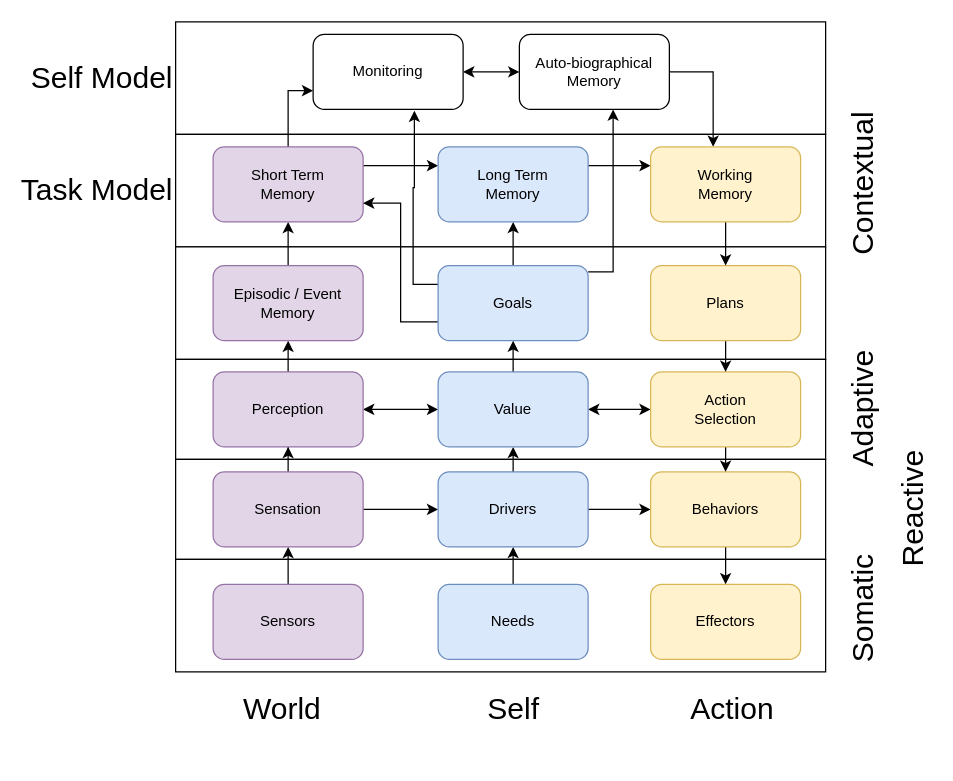
Earlier version of the draw.io diagram distributedadaptivecontrol.drawio (codeaudit/1). Source tidied: cells renumbered, new cells numbered last; positions are measured from the earlier drawing's top-left corner, leaving out a move shared by most shapes. Both pictures are drawn from the tidied source at 125%, with x=0, y=0 at pixel (175, 21).
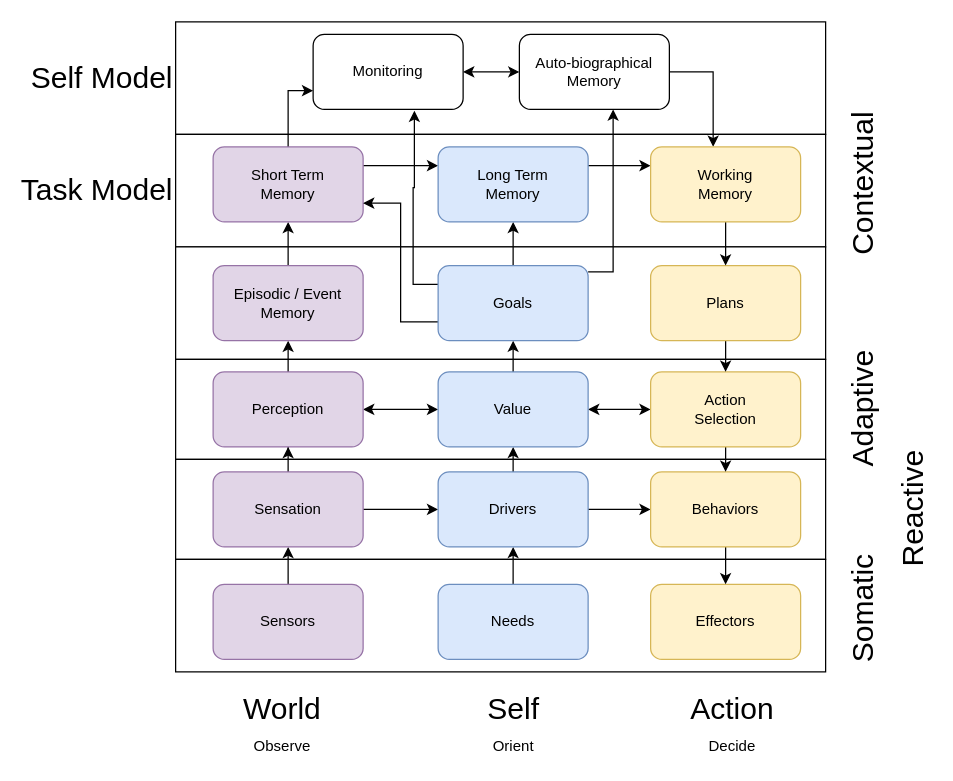
The same page after the edit.

What changed in the source:
```diff
@@
+    <mxCell id="56" value="Orient" style="text;html=1;align=center;verticalAlign=middle;" parent="1" vertex="1">
+      <mxGeometry x="245" y="570" width="50" height="20" as="geometry" />
+    </mxCell>
+    <mxCell id="57" value="Observe" style="text;html=1;align=center;verticalAlign=middle;" parent="1" vertex="1">
+      <mxGeometry x="55" y="570" width="60" height="20" as="geometry" />
+    </mxCell>
+    <mxCell id="58" value="Decide" style="text;html=1;align=center;verticalAlign=middle;" parent="1" vertex="1">
+      <mxGeometry x="420" y="570" width="50" height="20" as="geometry" />
+    </mxCell>
```
